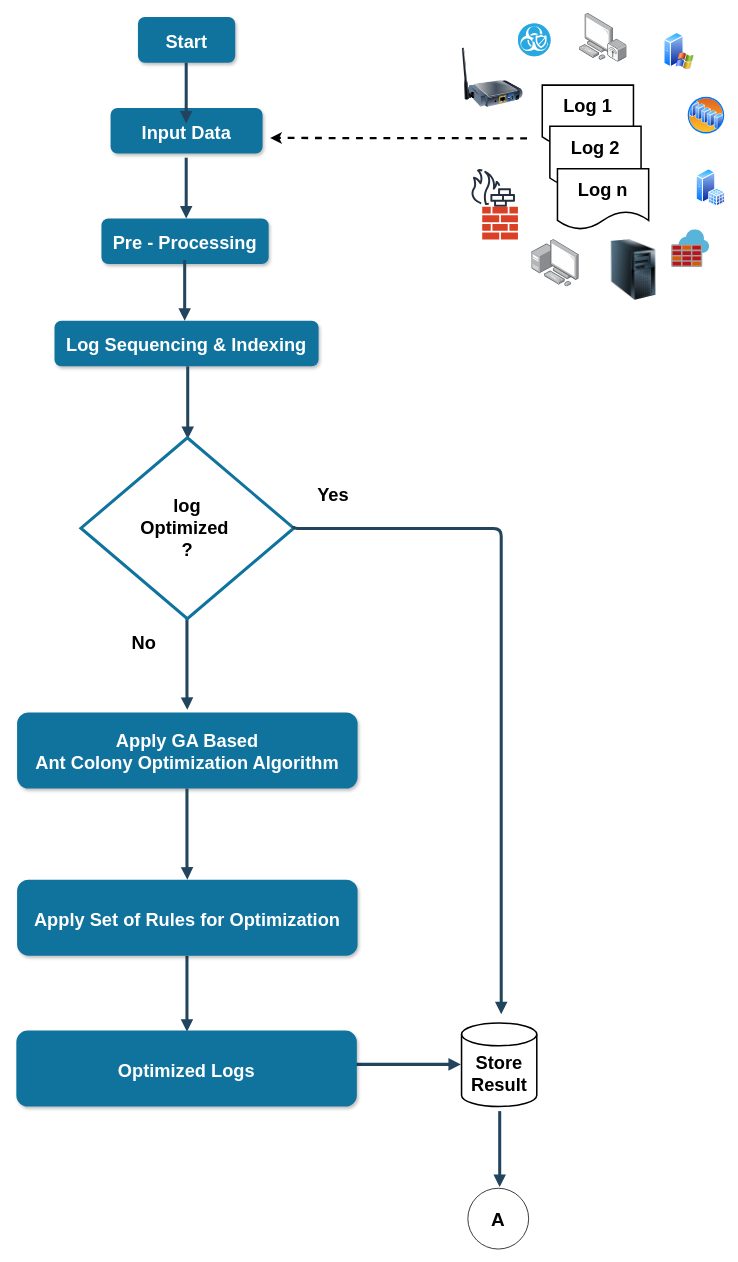
This is Part A.drawio from Sjbill/Vishal-Deepfake-Dataset, a draw.io file, before an edit. Source tidied: cells renumbered, new cells numbered last; positions are measured from the earlier drawing's top-left corner, leaving out a move shared by most shapes. Both pictures are drawn from the tidied source at 76%, with x=0, y=0 at pixel (16, 13).
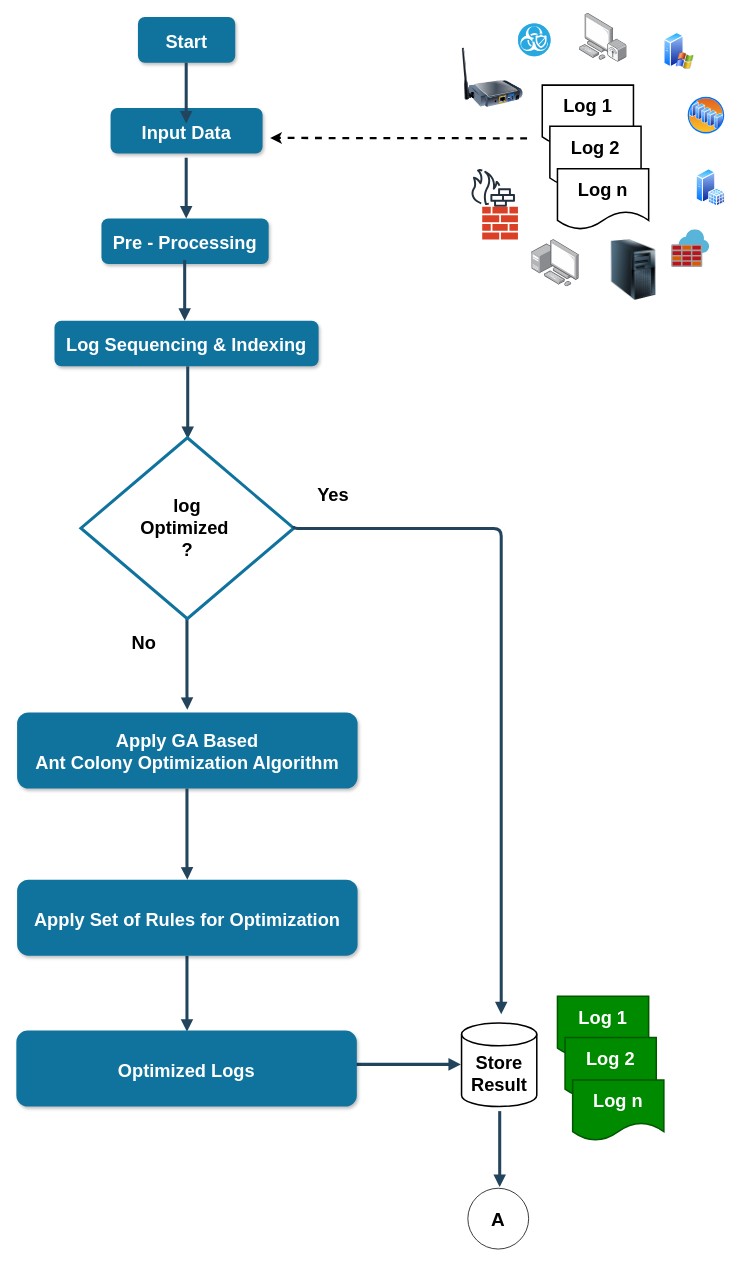
The same page after the edit.

Diff of the diagram source:
```diff
@@
+    <mxCell id="39" value="&lt;b style=&quot;font-size: 24px;&quot;&gt;Log 1&lt;/b&gt;" style="shape=document;whiteSpace=wrap;html=1;boundedLbl=1;strokeWidth=2;fontSize=24;fillColor=#008a00;fontColor=#ffffff;strokeColor=#005700;" parent="1" vertex="1">
+      <mxGeometry x="712" y="1293.5" width="120" height="80" as="geometry" />
+    </mxCell>
+    <mxCell id="40" value="&lt;b style=&quot;font-size: 24px;&quot;&gt;Log 2&lt;/b&gt;" style="shape=document;whiteSpace=wrap;html=1;boundedLbl=1;strokeWidth=2;fontSize=24;fillColor=#008a00;fontColor=#ffffff;strokeColor=#005700;" parent="1" vertex="1">
+      <mxGeometry x="722" y="1347.7" width="120" height="80" as="geometry" />
+    </mxCell>
+    <mxCell id="41" value="&lt;b style=&quot;font-size: 24px;&quot;&gt;Log n&lt;/b&gt;" style="shape=document;whiteSpace=wrap;html=1;boundedLbl=1;strokeWidth=2;fontSize=24;fillColor=#008a00;fontColor=#ffffff;strokeColor=#005700;" parent="1" vertex="1">
+      <mxGeometry x="732" y="1403.5" width="120" height="80" as="geometry" />
+    </mxCell>
```
